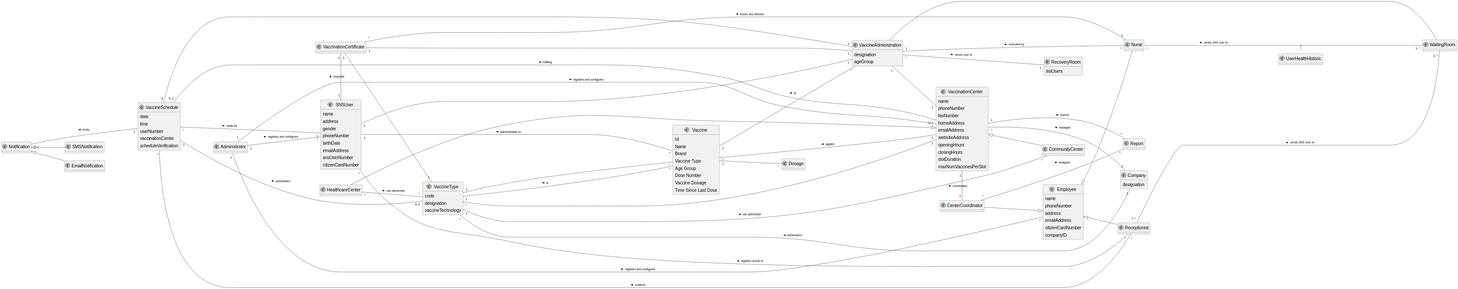
Above: docs/SprintC/DM.svg in diogonapoles/isep-lapr2 (PlantUML), before the change.
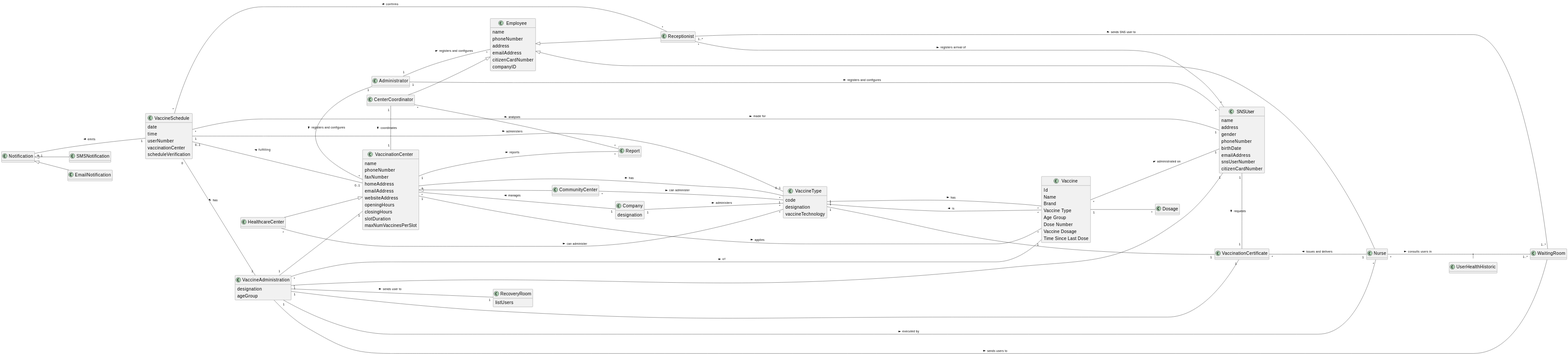
Later version of the same file.

Diff of the diagram source:
```diff
@@ -120,14 +120,14 @@
 VaccinationCenter <|-- CommunityCenter
 VaccinationCenter "1" -down-- "*"Vaccine : applies >
 VaccinationCenter "1" -up-- "*" Report : reports >
-VaccinationCenter "1"--"*" VaccineType
+VaccinationCenter "1"--"*" VaccineType : has >
 
 Vaccine "1" --"*" Dosage
 Vaccine "*" -down--- "1" VaccineType : is >
 Vaccine "1" -down-- "*" VaccineAdministration : of <
 Vaccine "*" -down-- "1" SNSUser : > administrated on
 VaccinationCenter "0..1" -right- "0..1" VaccineSchedule : > fulfilling
-VaccineType "1" -- "*" Vaccine
+VaccineType "1" -- "*" Vaccine : has >
 
 VaccineAdministration "1" -up- "*" Nurse : executed by >
 VaccineAdministration "1" -down- "1" VaccinationCenter
@@ -151,17 +151,17 @@
 
 VaccineSchedule "*" -down-- "1" SNSUser : made for >
 VaccineSchedule "1" -up-- "0..1" VaccineType : administers >
-VaccineSchedule "0" -- "1" VaccineAdministration
+VaccineSchedule "0" -- "1" VaccineAdministration : has >
 
-Receptionist "*" -up-- "*" SNSUser : registers arrival of >
+Receptionist "*" -down-- "*" SNSUser : registers arrival of >
 Receptionist "*" -down--- "*" VaccineSchedule : confirms >
 Receptionist "1..*"-right-- "1..*"WaitingRoom : sends SNS user to >
 
-Nurse "*" -down--- "1..*" WaitingRoom : sends SNS user to >
+Nurse "*" -down- "1..*" WaitingRoom : consults users in >
 (Nurse, WaitingRoom) .. UserHealthHistoric
 Nurse "1" -up-- "*" VaccinationCertificate : issues and delivers >
 VaccineAdministration "*" -down-- "1" RecoveryRoom : sends user to >
-VaccineAdministration -up-- WaitingRoom
+VaccineAdministration -up-- WaitingRoom : sends users to >
 
 VaccineSchedule "1" -up-- "0..1" Notification : emits >
 
```
